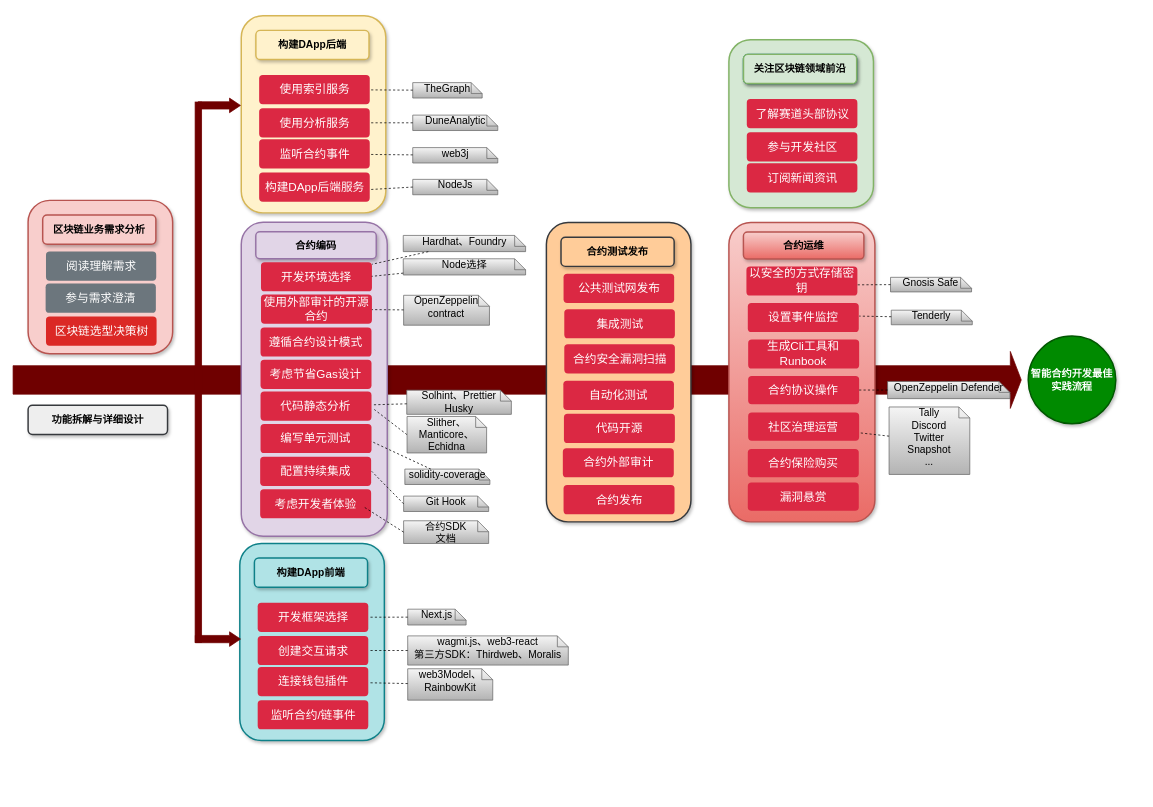
The draw.io diagram docs/pic/智能合约最佳实践流程.drawio in Ed3Academy/ed3-hardhat-template, before the edit. Source tidied: cells renumbered, new cells numbered last; positions are measured from the earlier drawing's top-left corner, leaving out a move shared by most shapes. Both pictures are drawn from the tidied source at 73%, with x=0, y=0 at pixel (-72, -125).
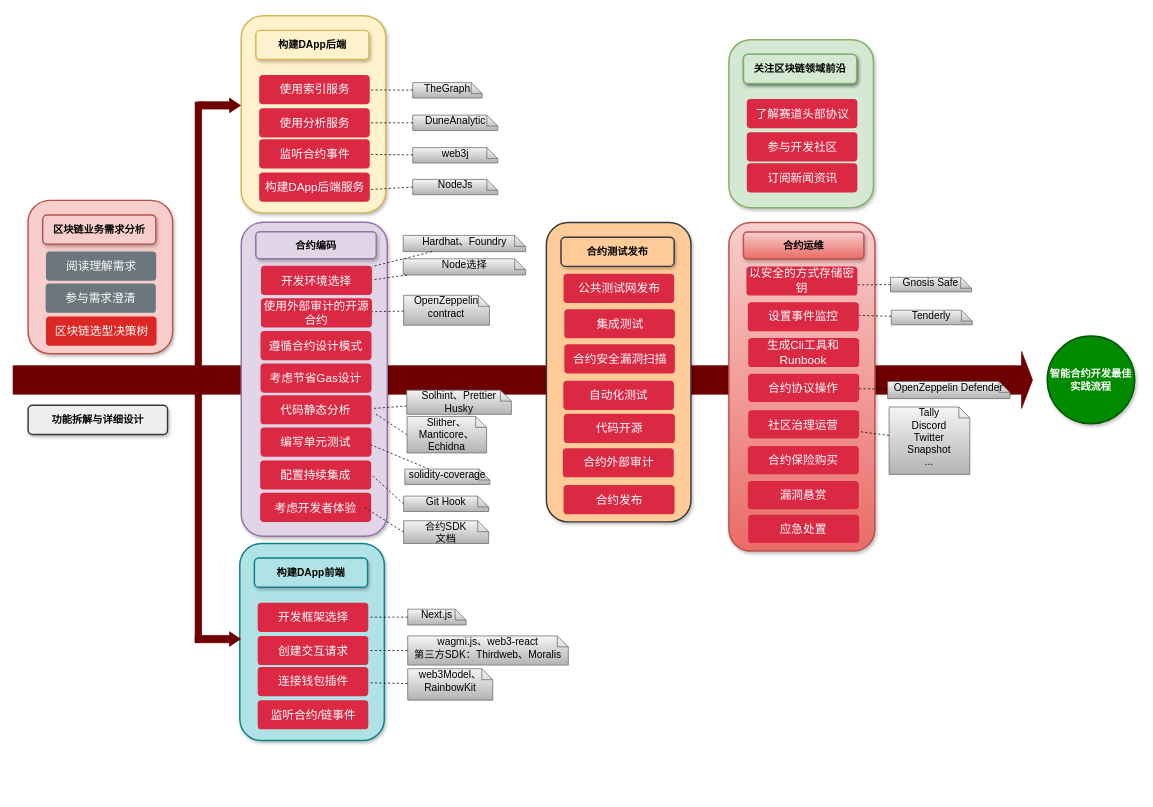
After the change.

Commit message:
更新智能合约最佳实践流程.drawio

Unchanged cells that the change refers to:
```xml
<mxCell id="12" style="group;" parent="1" vertex="1">
  <mxGeometry x="429" y="475" width="394" height="440" as="geometry" />
</mxCell>
```

What changed in the source:
```diff
@@
     <mxCell id="2" style="html=1;shadow=0;dashed=0;align=center;verticalAlign=middle;shape=mxgraph.arrows2.arrow;dy=0.5;dx=15;direction=north;notch=0;rounded=0;strokeWidth=1;fontSize=14;rotation=90;fillColor=#6f0000;strokeColor=#6F0000;fontStyle=1;fontColor=#ffffff;" parent="1" vertex="1">
-      <mxGeometry x="767.9" y="0.4" width="78.1" height="1381.1" as="geometry" />
+      <mxGeometry x="775.6" y="-7.3" width="78.1" height="1396.5" as="geometry" />
     </mxCell>
@@
     <mxCell id="4" value="智能合约开发最佳实践流程" style="ellipse;whiteSpace=wrap;html=1;rounded=1;shadow=1;strokeWidth=2;fontSize=14;align=center;fontStyle=1;fillColor=#008a00;fontColor=#ffffff;strokeColor=#005700;" parent="1" vertex="1">
-      <mxGeometry x="1507" y="630.9" width="120" height="120" as="geometry" />
+      <mxGeometry x="1533" y="630.9" width="120" height="120" as="geometry" />
     </mxCell>
@@
     <mxCell id="17" value="开发环境选择" style="html=1;shadow=0;dashed=0;shape=mxgraph.bootstrap.rrect;rSize=5;strokeColor=none;strokeWidth=1;fillColor=#db2843;fontColor=#FFFFFF;whiteSpace=wrap;align=center;verticalAlign=middle;spacingLeft=0;fontStyle=0;fontSize=16;spacing=5;" parent="12" vertex="1">
-      <mxGeometry x="27" y="54.6" width="152" height="40" as="geometry" />
+      <mxGeometry x="27" y="59.6" width="152" height="40" as="geometry" />
     </mxCell>
     <mxCell id="18" value="使用外部审计的开源合约" style="html=1;shadow=0;dashed=0;shape=mxgraph.bootstrap.rrect;rSize=5;strokeColor=none;strokeWidth=1;fillColor=#db2843;fontColor=#FFFFFF;whiteSpace=wrap;align=center;verticalAlign=middle;spacingLeft=0;fontStyle=0;fontSize=16;spacing=5;" parent="12" vertex="1">
-      <mxGeometry x="27" y="99" width="152" height="40" as="geometry" />
+      <mxGeometry x="27" y="104" width="152" height="40" as="geometry" />
     </mxCell>
     <mxCell id="19" value="遵循合约设计模式" style="html=1;shadow=0;dashed=0;shape=mxgraph.bootstrap.rrect;rSize=5;strokeColor=none;strokeWidth=1;fillColor=#db2843;fontColor=#FFFFFF;whiteSpace=wrap;align=center;verticalAlign=middle;spacingLeft=0;fontStyle=0;fontSize=16;spacing=5;" parent="12" vertex="1">
-      <mxGeometry x="26.4" y="144" width="152" height="40" as="geometry" />
+      <mxGeometry x="26.4" y="149" width="152" height="40" as="geometry" />
     </mxCell>
     <mxCell id="20" value="考虑节省Gas设计" style="html=1;shadow=0;dashed=0;shape=mxgraph.bootstrap.rrect;rSize=5;strokeColor=none;strokeWidth=1;fillColor=#db2843;fontColor=#FFFFFF;whiteSpace=wrap;align=center;verticalAlign=middle;spacingLeft=0;fontStyle=0;fontSize=16;spacing=5;" parent="12" vertex="1">
-      <mxGeometry x="26.4" y="188.4" width="152" height="40" as="geometry" />
+      <mxGeometry x="26.4" y="193.4" width="152" height="40" as="geometry" />
     </mxCell>
     <mxCell id="21" value="代码静态分析" style="html=1;shadow=0;dashed=0;shape=mxgraph.bootstrap.rrect;rSize=5;strokeColor=none;strokeWidth=1;fillColor=#db2843;fontColor=#FFFFFF;whiteSpace=wrap;align=center;verticalAlign=middle;spacingLeft=0;fontStyle=0;fontSize=16;spacing=5;" parent="12" vertex="1">
-      <mxGeometry x="26.4" y="231.8" width="152" height="40" as="geometry" />
+      <mxGeometry x="26.4" y="236.8" width="152" height="40" as="geometry" />
     </mxCell>
     <mxCell id="22" value="编写单元测试" style="html=1;shadow=0;dashed=0;shape=mxgraph.bootstrap.rrect;rSize=5;strokeColor=none;strokeWidth=1;fillColor=#db2843;fontColor=#FFFFFF;whiteSpace=wrap;align=center;verticalAlign=middle;spacingLeft=0;fontStyle=0;fontSize=16;spacing=5;" parent="12" vertex="1">
-      <mxGeometry x="26.4" y="276.2" width="152" height="40" as="geometry" />
+      <mxGeometry x="26.4" y="281.2" width="152" height="40" as="geometry" />
     </mxCell>
     <mxCell id="23" value="配置持续集成" style="html=1;shadow=0;dashed=0;shape=mxgraph.bootstrap.rrect;rSize=5;strokeColor=none;strokeWidth=1;fillColor=#db2843;fontColor=#FFFFFF;whiteSpace=wrap;align=center;verticalAlign=middle;spacingLeft=0;fontStyle=0;fontSize=16;spacing=5;" parent="12" vertex="1">
-      <mxGeometry x="25.9" y="321.2" width="152" height="40" as="geometry" />
+      <mxGeometry x="25.9" y="326.2" width="152" height="40" as="geometry" />
     </mxCell>
     <mxCell id="24" value="考虑开发者体验" style="html=1;shadow=0;dashed=0;shape=mxgraph.bootstrap.rrect;rSize=5;strokeColor=none;strokeWidth=1;fillColor=#db2843;fontColor=#FFFFFF;whiteSpace=wrap;align=center;verticalAlign=middle;spacingLeft=0;fontStyle=0;fontSize=16;spacing=5;" parent="12" vertex="1">
-      <mxGeometry x="25.9" y="365.6" width="152" height="40" as="geometry" />
+      <mxGeometry x="25.9" y="370.6" width="152" height="40" as="geometry" />
     </mxCell>
@@
     <mxCell id="76" style="group;" parent="1" vertex="1">
-      <mxGeometry x="847" y="475.4" width="640" height="430" as="geometry" />
+      <mxGeometry x="847" y="475.4" width="640" height="450" as="geometry" />
     </mxCell>
@@
     <mxCell id="86" style="group;" parent="76" vertex="1">
-      <mxGeometry x="250" width="390" height="430" as="geometry" />
+      <mxGeometry x="250" width="390" height="450" as="geometry" />
     </mxCell>
     <mxCell id="87" style="rounded=1;whiteSpace=wrap;html=1;shadow=1;strokeWidth=2;fontSize=14;fillColor=#f8cecc;strokeColor=#b85450;align=center;fontStyle=1;gradientColor=#ea6b66;" parent="86" vertex="1">
-      <mxGeometry width="200" height="410" as="geometry" />
+      <mxGeometry width="200" height="450" as="geometry" />
     </mxCell>
@@
     <mxCell id="89" value="生成Cli工具和Runbook" style="html=1;shadow=0;dashed=0;shape=mxgraph.bootstrap.rrect;rSize=5;strokeColor=none;strokeWidth=1;fillColor=#db2843;fontColor=#FFFFFF;whiteSpace=wrap;align=center;verticalAlign=middle;spacingLeft=0;fontStyle=0;fontSize=16;spacing=5;" parent="86" vertex="1">
-      <mxGeometry x="26.4" y="160" width="152" height="40" as="geometry" />
+      <mxGeometry x="26.4" y="158" width="152" height="40" as="geometry" />
     </mxCell>
     <mxCell id="90" value="合约协议操作" style="html=1;shadow=0;dashed=0;shape=mxgraph.bootstrap.rrect;rSize=5;strokeColor=none;strokeWidth=1;fillColor=#db2843;fontColor=#FFFFFF;whiteSpace=wrap;align=center;verticalAlign=middle;spacingLeft=0;fontStyle=0;fontSize=16;spacing=5;" parent="86" vertex="1">
-      <mxGeometry x="26.4" y="210" width="152" height="38.8" as="geometry" />
+      <mxGeometry x="26.4" y="207" width="152" height="38.8" as="geometry" />
     </mxCell>
@@
     <mxCell id="96" value="设置事件监控" style="html=1;shadow=0;dashed=0;shape=mxgraph.bootstrap.rrect;rSize=5;strokeColor=none;strokeWidth=1;fillColor=#db2843;fontColor=#FFFFFF;whiteSpace=wrap;align=center;verticalAlign=middle;spacingLeft=0;fontStyle=0;fontSize=16;spacing=5;" parent="86" vertex="1">
-      <mxGeometry x="25.9" y="110" width="152" height="40" as="geometry" />
+      <mxGeometry x="25.9" y="109" width="152" height="40" as="geometry" />
     </mxCell>
     <mxCell id="97" value="合约保险购买" style="html=1;shadow=0;dashed=0;shape=mxgraph.bootstrap.rrect;rSize=5;strokeColor=none;strokeWidth=1;fillColor=#db2843;fontColor=#FFFFFF;whiteSpace=wrap;align=center;verticalAlign=middle;spacingLeft=0;fontStyle=0;fontSize=16;spacing=5;" parent="86" vertex="1">
-      <mxGeometry x="25.9" y="310" width="152" height="38.8" as="geometry" />
+      <mxGeometry x="25.9" y="306" width="152" height="38.8" as="geometry" />
     </mxCell>
     <mxCell id="98" value="社区治理运营" style="html=1;shadow=0;dashed=0;shape=mxgraph.bootstrap.rrect;rSize=5;strokeColor=none;strokeWidth=1;fillColor=#db2843;fontColor=#FFFFFF;whiteSpace=wrap;align=center;verticalAlign=middle;spacingLeft=0;fontStyle=0;fontSize=16;spacing=5;" parent="86" vertex="1">
-      <mxGeometry x="26.4" y="260" width="152" height="38.8" as="geometry" />
+      <mxGeometry x="26.4" y="257" width="152" height="38.8" as="geometry" />
     </mxCell>
@@
     <mxCell id="103" value="漏洞悬赏" style="html=1;shadow=0;dashed=0;shape=mxgraph.bootstrap.rrect;rSize=5;strokeColor=none;strokeWidth=1;fillColor=#db2843;fontColor=#FFFFFF;whiteSpace=wrap;align=center;verticalAlign=middle;spacingLeft=0;fontStyle=0;fontSize=16;spacing=5;" parent="86" vertex="1">
-      <mxGeometry x="25.9" y="356" width="152" height="38.8" as="geometry" />
+      <mxGeometry x="25.9" y="354" width="152" height="38.8" as="geometry" />
     </mxCell>
+    <mxCell id="104" value="应急处置" style="html=1;shadow=0;dashed=0;shape=mxgraph.bootstrap.rrect;rSize=5;strokeColor=none;strokeWidth=1;fillColor=#db2843;fontColor=#FFFFFF;whiteSpace=wrap;align=center;verticalAlign=middle;spacingLeft=0;fontStyle=0;fontSize=16;spacing=5;" parent="86" vertex="1">
+      <mxGeometry x="26.4" y="400.2" width="152" height="38.8" as="geometry" />
+    </mxCell>
```
